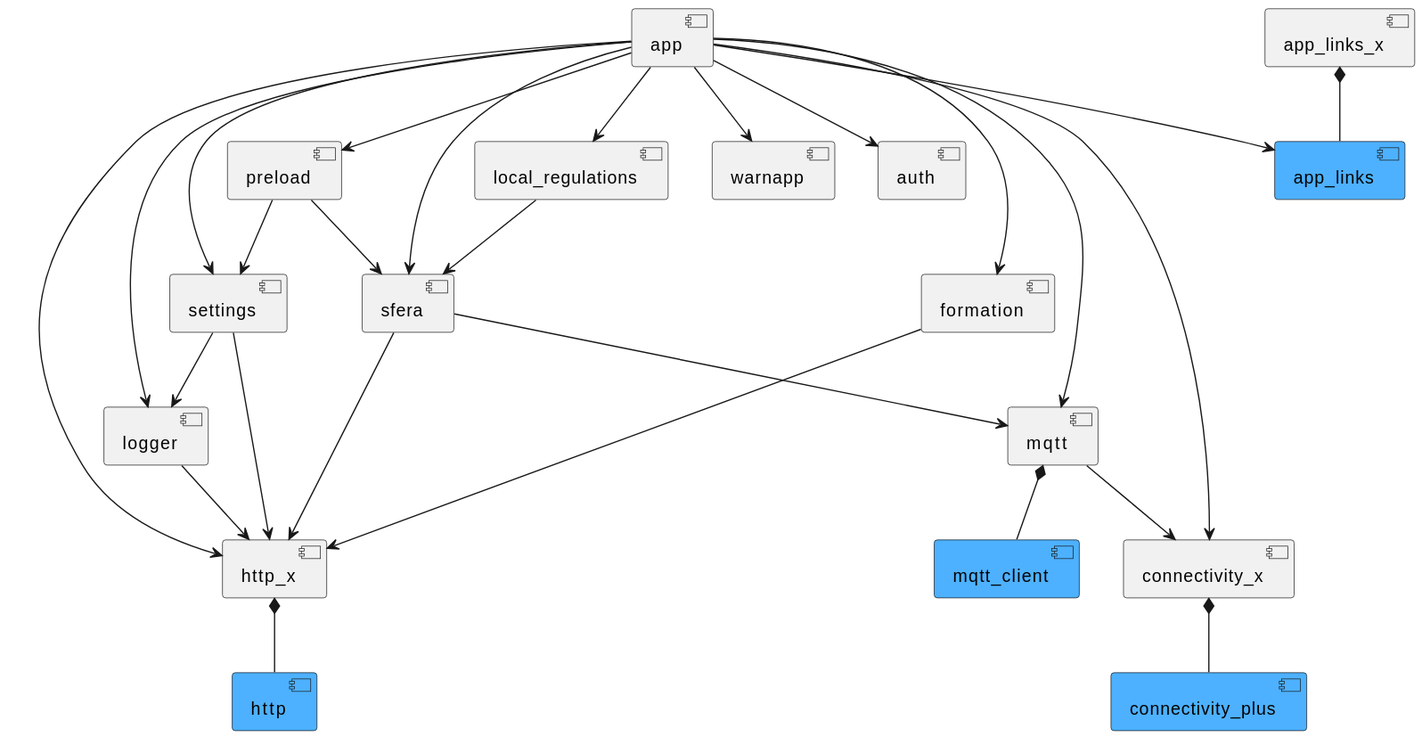
This is das_client/components.svg from SchweizerischeBundesbahnen/DAS, a PlantUML export, as it was before one commit.
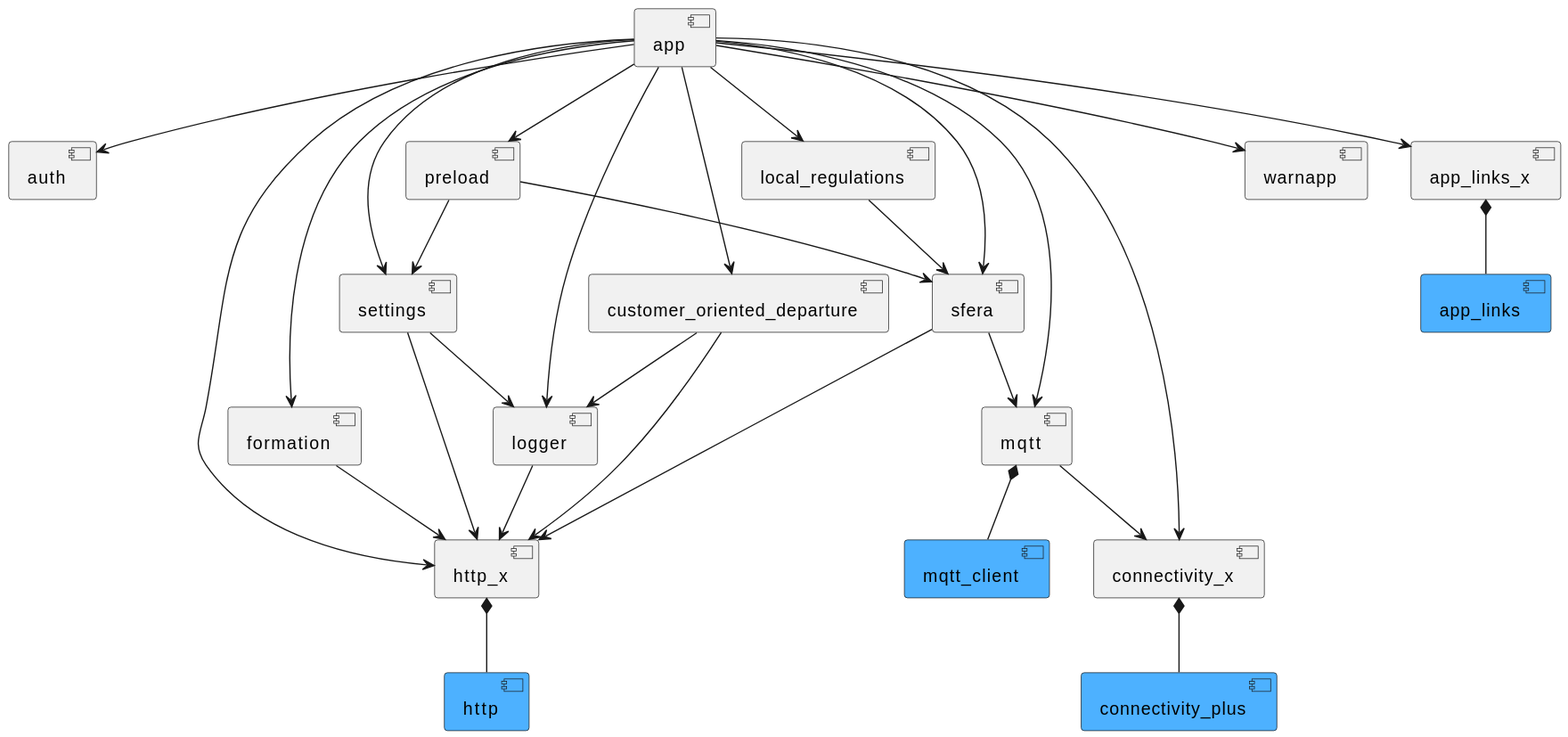
The same diagram one commit later.

The edit, as a diff of the source:
```diff
@@ -16,6 +16,7 @@
 component app_links #4DB1FF
 component app_links_x
 component preload
+component customer_oriented_departure
 
 app --> auth
 app --> sfera
@@ -27,13 +28,17 @@
 app --> logger
 app --> http_x
 app --> formation
-app --> app_links
+app --> app_links_x
 app --> preload
+app --> customer_oriented_departure
 
 settings --> http_x
 settings --> logger
 
 formation --> http_x
+
+customer_oriented_departure --> http_x
+customer_oriented_departure --> logger
 
 logger --> http_x
 
```
